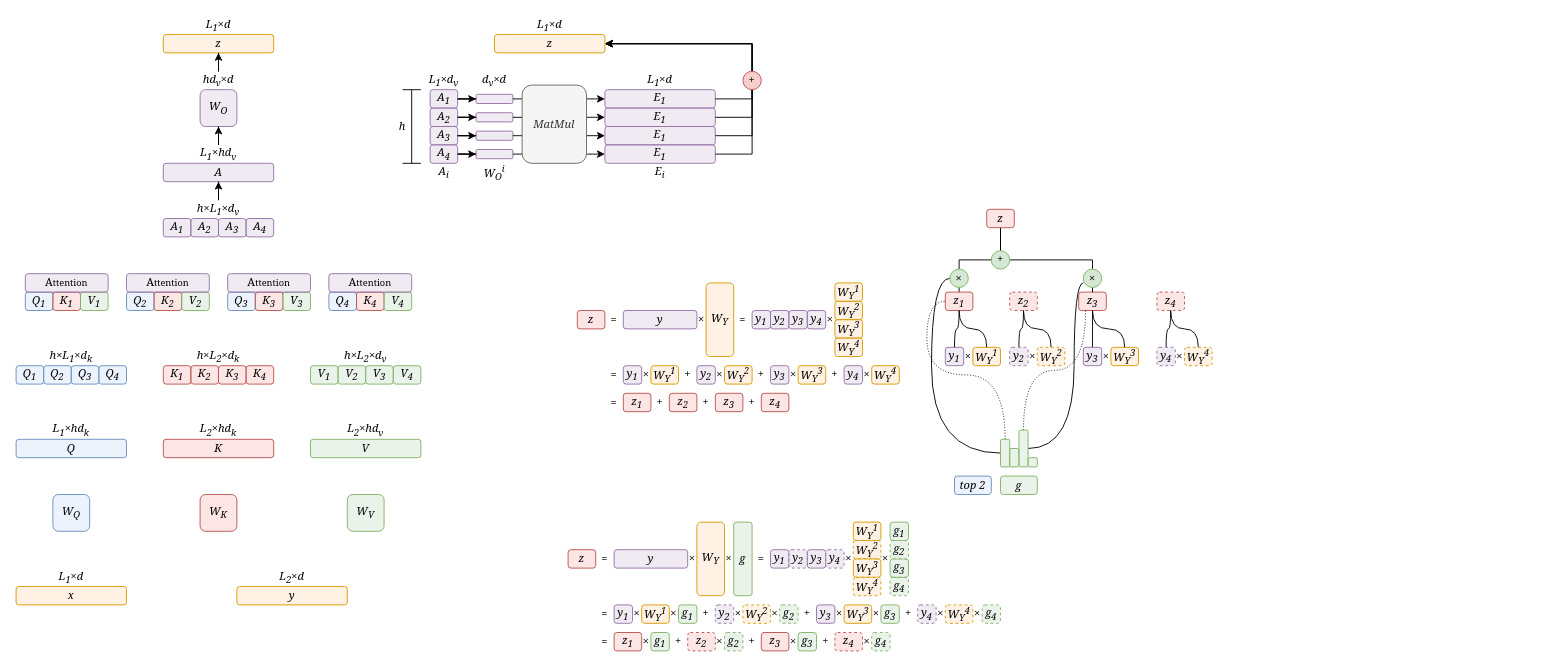
Earlier version of the draw.io diagram page "第 3 页" (3 of 3) of 未命名绘图2.drawio (ZhangzeqingCN/api-project). Source tidied: cells renumbered, new cells numbered last; positions are measured from the earlier drawing's top-left corner, leaving out a move shared by most shapes. Both pictures are drawn from the tidied source at 92%, with x=0, y=0 at pixel (16, 16).
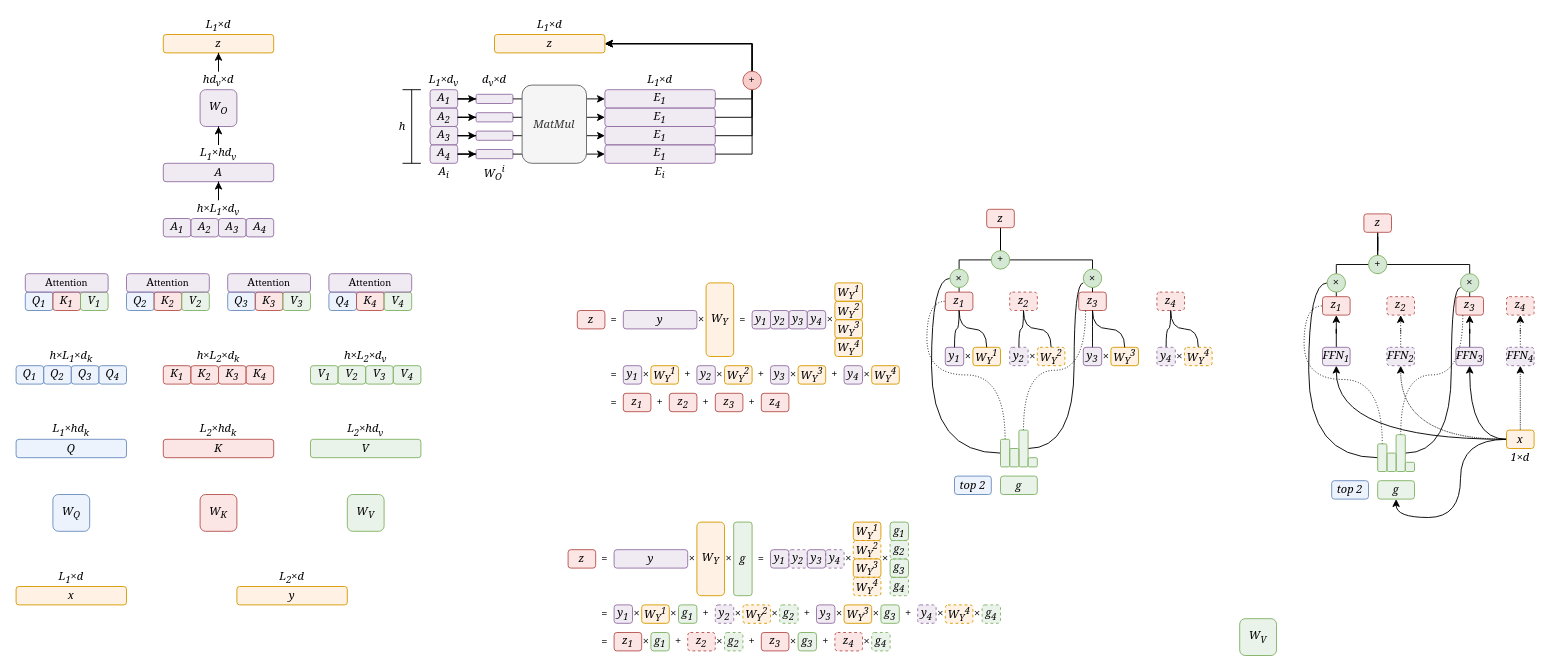
After the change.

Commit message (it also covers changes not shown here):
更新未命名绘图2.drawio

Change to the diagram source:
```diff
@@
+    <mxCell id="255" style="edgeStyle=orthogonalEdgeStyle;rounded=0;jettySize=auto;html=1;entryX=0.5;entryY=1;entryDx=0;entryDy=0;curved=1;" parent="1" edge="1" source="289" target="287">
+      <mxGeometry relative="1" as="geometry" />
+    </mxCell>
+    <mxCell id="256" style="edgeStyle=orthogonalEdgeStyle;rounded=0;jettySize=auto;html=1;entryX=0.5;entryY=1;entryDx=0;entryDy=0;curved=1;dashed=1;dashPattern=1 1;" parent="1" edge="1" source="289" target="281">
+      <mxGeometry relative="1" as="geometry" />
+    </mxCell>
+    <mxCell id="257" style="edgeStyle=orthogonalEdgeStyle;rounded=0;jettySize=auto;html=1;entryX=0.5;entryY=1;entryDx=0;entryDy=0;curved=1;" parent="1" edge="1" source="289" target="285">
+      <mxGeometry relative="1" as="geometry" />
+    </mxCell>
+    <mxCell id="258" style="edgeStyle=orthogonalEdgeStyle;rounded=0;jettySize=auto;html=1;entryX=0.5;entryY=1;entryDx=0;entryDy=0;curved=1;dashed=1;dashPattern=1 1;" parent="1" edge="1" source="289" target="283">
+      <mxGeometry relative="1" as="geometry" />
+    </mxCell>
@@
+    <mxCell id="259" style="edgeStyle=orthogonalEdgeStyle;rounded=0;jettySize=auto;html=1;entryX=0.5;entryY=1;entryDx=0;entryDy=0;endArrow=none;startFill=0;" parent="1" edge="1" source="260" target="274">
+      <mxGeometry relative="1" as="geometry">
+        <Array as="points">
+          <mxPoint x="1435" y="270" />
+          <mxPoint x="1480" y="270" />
+        </Array>
+      </mxGeometry>
+    </mxCell>
+    <mxCell id="260" value="z&lt;sub&gt;1&lt;/sub&gt;" style="rounded=1;whiteSpace=wrap;html=1;rotation=0;fillColor=#f8cecc;strokeColor=#b85450;fillOpacity=50;fontFamily=Georgia;fontStyle=2;" parent="1" vertex="1">
+      <mxGeometry x="1420" y="305" width="30" height="20" as="geometry" />
+    </mxCell>
+    <mxCell id="261" value="z&lt;sub&gt;2&lt;/sub&gt;" style="rounded=1;whiteSpace=wrap;html=1;rotation=0;fillColor=#f8cecc;strokeColor=#b85450;fillOpacity=50;fontFamily=Georgia;fontStyle=2;dashed=1;" parent="1" vertex="1">
+      <mxGeometry x="1490" y="305" width="30" height="20" as="geometry" />
+    </mxCell>
+    <mxCell id="262" style="edgeStyle=orthogonalEdgeStyle;rounded=0;jettySize=auto;html=1;entryX=0.5;entryY=1;entryDx=0;entryDy=0;endArrow=none;startFill=0;" parent="1" edge="1" source="278" target="274">
+      <mxGeometry relative="1" as="geometry" />
+    </mxCell>
+    <mxCell id="263" value="z&lt;sub&gt;3&lt;/sub&gt;" style="rounded=1;whiteSpace=wrap;html=1;rotation=0;fillColor=#f8cecc;strokeColor=#b85450;fillOpacity=50;fontFamily=Georgia;fontStyle=2;" parent="1" vertex="1">
+      <mxGeometry x="1565" y="305" width="30" height="20" as="geometry" />
+    </mxCell>
+    <mxCell id="264" value="z&lt;sub&gt;4&lt;/sub&gt;" style="rounded=1;whiteSpace=wrap;html=1;rotation=0;fillColor=#f8cecc;strokeColor=#b85450;fillOpacity=50;fontFamily=Georgia;fontStyle=2;dashed=1;" parent="1" vertex="1">
+      <mxGeometry x="1620" y="305" width="30" height="20" as="geometry" />
+    </mxCell>
+    <mxCell id="265" style="edgeStyle=orthogonalEdgeStyle;rounded=0;jettySize=auto;html=1;entryX=0.25;entryY=1;entryDx=0;entryDy=0;curved=1;exitX=0.5;exitY=0;exitDx=0;exitDy=0;endArrow=none;startFill=0;dashed=1;dashPattern=1 2;" parent="1" edge="1" source="267" target="263">
+      <mxGeometry relative="1" as="geometry" />
+    </mxCell>
+    <mxCell id="266" style="edgeStyle=orthogonalEdgeStyle;rounded=0;jettySize=auto;html=1;entryX=0;entryY=0.75;entryDx=0;entryDy=0;endArrow=none;startFill=0;curved=1;entryPerimeter=0;" parent="1" edge="1" source="267" target="276">
+      <mxGeometry relative="1" as="geometry">
+        <Array as="points">
+          <mxPoint x="1560" y="475" />
+          <mxPoint x="1560" y="295" />
+        </Array>
+      </mxGeometry>
+    </mxCell>
+    <mxCell id="267" style="rounded=1;whiteSpace=wrap;html=1;rotation=0;fillColor=#d5e8d4;strokeColor=#82b366;fillOpacity=50;fontFamily=Georgia;fontStyle=2;" parent="1" vertex="1">
+      <mxGeometry x="1500" y="455" width="10" height="40" as="geometry" />
+    </mxCell>
+    <mxCell id="268" style="rounded=1;whiteSpace=wrap;html=1;rotation=0;fillColor=#d5e8d4;strokeColor=#82b366;fillOpacity=50;fontFamily=Georgia;fontStyle=2;" parent="1" vertex="1">
+      <mxGeometry x="1490" y="475" width="10" height="20" as="geometry" />
+    </mxCell>
+    <mxCell id="269" style="rounded=1;whiteSpace=wrap;html=1;rotation=0;fillColor=#d5e8d4;strokeColor=#82b366;fillOpacity=50;fontFamily=Georgia;fontStyle=2;" parent="1" vertex="1">
+      <mxGeometry x="1510" y="485" width="10" height="10" as="geometry" />
+    </mxCell>
+    <mxCell id="270" style="edgeStyle=orthogonalEdgeStyle;rounded=0;jettySize=auto;html=1;entryX=0;entryY=0.5;entryDx=0;entryDy=0;curved=1;exitX=0.5;exitY=0;exitDx=0;exitDy=0;endArrow=none;startFill=0;dashed=1;dashPattern=1 2;" parent="1" edge="1" source="272" target="260">
+      <mxGeometry relative="1" as="geometry" />
+    </mxCell>
+    <mxCell id="271" style="edgeStyle=orthogonalEdgeStyle;rounded=0;jettySize=auto;html=1;entryX=0;entryY=0.5;entryDx=0;entryDy=0;curved=1;endArrow=none;startFill=0;" parent="1" edge="1" source="272" target="277">
+      <mxGeometry relative="1" as="geometry" />
+    </mxCell>
+    <mxCell id="272" style="rounded=1;whiteSpace=wrap;html=1;rotation=0;fillColor=#d5e8d4;strokeColor=#82b366;fillOpacity=50;fontFamily=Georgia;fontStyle=2;" parent="1" vertex="1">
+      <mxGeometry x="1480" y="465" width="10" height="30" as="geometry" />
+    </mxCell>
+    <mxCell id="273" value="top 2" style="rounded=1;whiteSpace=wrap;html=1;rotation=0;fillColor=#dae8fc;strokeColor=#6c8ebf;fillOpacity=50;fontFamily=Georgia;fontStyle=2;" parent="1" vertex="1">
+      <mxGeometry x="1430" y="505" width="40" height="20" as="geometry" />
+    </mxCell>
+    <mxCell id="274" value="z" style="rounded=1;whiteSpace=wrap;html=1;rotation=0;fillColor=#f8cecc;strokeColor=#b85450;fillOpacity=50;fontFamily=Georgia;fontStyle=2;" parent="1" vertex="1">
+      <mxGeometry x="1465" y="215" width="30" height="20" as="geometry" />
+    </mxCell>
+    <mxCell id="275" style="edgeStyle=orthogonalEdgeStyle;rounded=0;jettySize=auto;html=1;entryX=0.5;entryY=1;entryDx=0;entryDy=0;endArrow=none;startFill=0;" parent="1" edge="1" source="263" target="278">
+      <mxGeometry relative="1" as="geometry">
+        <Array as="points">
+          <mxPoint x="1580" y="270" />
+          <mxPoint x="1480" y="270" />
+        </Array>
+      </mxGeometry>
+    </mxCell>
+    <mxCell id="276" value="×" style="ellipse;whiteSpace=wrap;html=1;fillColor=#d5e8d4;strokeColor=#82b366;fillStyle=solid;fontStyle=0;fontFamily=Georgia;" parent="1" vertex="1">
+      <mxGeometry x="1570" y="280" width="20" height="20" as="geometry" />
+    </mxCell>
+    <mxCell id="277" value="×" style="ellipse;whiteSpace=wrap;html=1;fillColor=#d5e8d4;strokeColor=#82b366;fillStyle=solid;fontStyle=0;fontFamily=Georgia;" parent="1" vertex="1">
+      <mxGeometry x="1425" y="280" width="20" height="20" as="geometry" />
+    </mxCell>
+    <mxCell id="278" value="+" style="ellipse;whiteSpace=wrap;html=1;fillColor=#d5e8d4;strokeColor=#82b366;fillStyle=solid;fontStyle=0;fontFamily=Georgia;" parent="1" vertex="1">
+      <mxGeometry x="1470" y="260" width="20" height="20" as="geometry" />
+    </mxCell>
+    <mxCell id="279" value="g" style="rounded=1;whiteSpace=wrap;html=1;rotation=0;fillColor=#d5e8d4;strokeColor=#82b366;fillOpacity=50;fontFamily=Georgia;fontStyle=2;" parent="1" vertex="1">
+      <mxGeometry x="1480" y="505" width="40" height="20" as="geometry" />
+    </mxCell>
+    <mxCell id="280" style="edgeStyle=orthogonalEdgeStyle;rounded=0;jettySize=auto;html=1;entryX=0.5;entryY=1;entryDx=0;entryDy=0;dashed=1;dashPattern=1 2;" parent="1" edge="1" source="281" target="261">
+      <mxGeometry relative="1" as="geometry" />
+    </mxCell>
+    <mxCell id="281" value="FFN&lt;sub&gt;2&lt;/sub&gt;" style="rounded=1;whiteSpace=wrap;html=1;rotation=0;fillColor=#e1d5e7;strokeColor=#9673a6;fillOpacity=50;fontFamily=Georgia;fontStyle=2;dashed=1;" parent="1" vertex="1">
+      <mxGeometry x="1490" y="360" width="30" height="20" as="geometry" />
+    </mxCell>
+    <mxCell id="282" style="edgeStyle=orthogonalEdgeStyle;rounded=0;jettySize=auto;html=1;entryX=0.5;entryY=1;entryDx=0;entryDy=0;dashed=1;dashPattern=1 2;" parent="1" edge="1" source="283" target="264">
+      <mxGeometry relative="1" as="geometry" />
+    </mxCell>
+    <mxCell id="283" value="FFN&lt;sub&gt;4&lt;/sub&gt;" style="rounded=1;whiteSpace=wrap;html=1;rotation=0;fillColor=#e1d5e7;strokeColor=#9673a6;fillOpacity=50;fontFamily=Georgia;fontStyle=2;dashed=1;" parent="1" vertex="1">
+      <mxGeometry x="1620" y="360" width="30" height="20" as="geometry" />
+    </mxCell>
+    <mxCell id="284" style="edgeStyle=orthogonalEdgeStyle;rounded=0;jettySize=auto;html=1;entryX=0.5;entryY=1;entryDx=0;entryDy=0;" parent="1" edge="1" source="285" target="263">
+      <mxGeometry relative="1" as="geometry" />
+    </mxCell>
+    <mxCell id="285" value="FFN&lt;sub&gt;3&lt;/sub&gt;" style="rounded=1;whiteSpace=wrap;html=1;rotation=0;fillColor=#e1d5e7;strokeColor=#9673a6;fillOpacity=50;fontFamily=Georgia;fontStyle=2;" parent="1" vertex="1">
+      <mxGeometry x="1565" y="360" width="30" height="20" as="geometry" />
+    </mxCell>
+    <mxCell id="286" style="edgeStyle=orthogonalEdgeStyle;rounded=0;jettySize=auto;html=1;" parent="1" edge="1" source="287" target="260">
+      <mxGeometry relative="1" as="geometry" />
+    </mxCell>
+    <mxCell id="287" value="FFN&lt;sub&gt;1&lt;/sub&gt;" style="rounded=1;whiteSpace=wrap;html=1;rotation=0;fillColor=#e1d5e7;strokeColor=#9673a6;fillOpacity=50;fontFamily=Georgia;fontStyle=2;" parent="1" vertex="1">
+      <mxGeometry x="1420" y="360" width="30" height="20" as="geometry" />
+    </mxCell>
+    <mxCell id="288" style="edgeStyle=orthogonalEdgeStyle;rounded=0;jettySize=auto;html=1;entryX=0.5;entryY=1;entryDx=0;entryDy=0;curved=1;" parent="1" edge="1" source="289" target="279">
+      <mxGeometry relative="1" as="geometry" />
+    </mxCell>
+    <mxCell id="289" value="x" style="rounded=1;whiteSpace=wrap;html=1;rotation=0;fillColor=#ffe6cc;strokeColor=#d79b00;fillOpacity=50;fontFamily=Georgia;fontStyle=2;" parent="1" vertex="1">
+      <mxGeometry x="1620" y="450" width="30" height="20" as="geometry" />
+    </mxCell>
+    <mxCell id="290" value="&lt;font&gt;&lt;span&gt;&lt;span&gt;1×d&lt;/span&gt;&lt;/span&gt;&lt;/font&gt;" style="text;html=1;align=center;verticalAlign=middle;whiteSpace=wrap;rounded=0;fontFamily=Georgia;fontStyle=2;" parent="1" vertex="1">
+      <mxGeometry x="1620" y="470" width="30" height="20" as="geometry" />
+    </mxCell>
+    <mxCell id="291" value="&lt;span&gt;&lt;span&gt;W&lt;sub&gt;V&lt;/sub&gt;&lt;/span&gt;&lt;/span&gt;" style="rounded=1;whiteSpace=wrap;html=1;rotation=0;fillColor=#d5e8d4;strokeColor=#82b366;fillOpacity=50;fontFamily=Georgia;fontStyle=2;" parent="1" vertex="1">
+      <mxGeometry x="1330" y="655" width="40" height="40" as="geometry" />
+    </mxCell>
```
